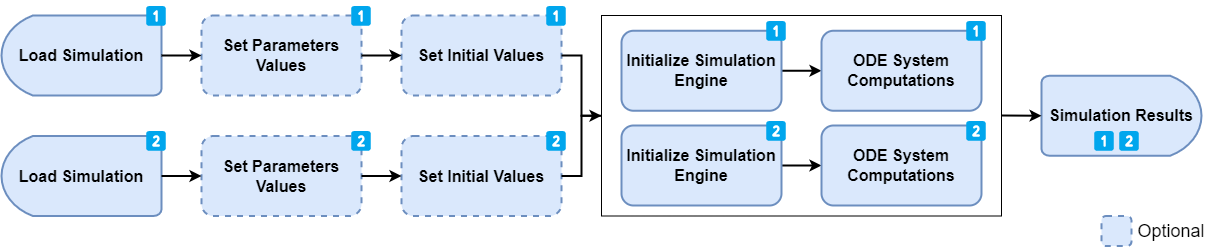
Above: vignettes/images/parallel_simulation.drawio.png in Open-Systems-Pharmacology/OSPSuite-R (draw.io), before the change. Source tidied: cells renumbered, new cells last; positions are measured from the earlier drawing's top-left corner, leaving out a move shared by most shapes.
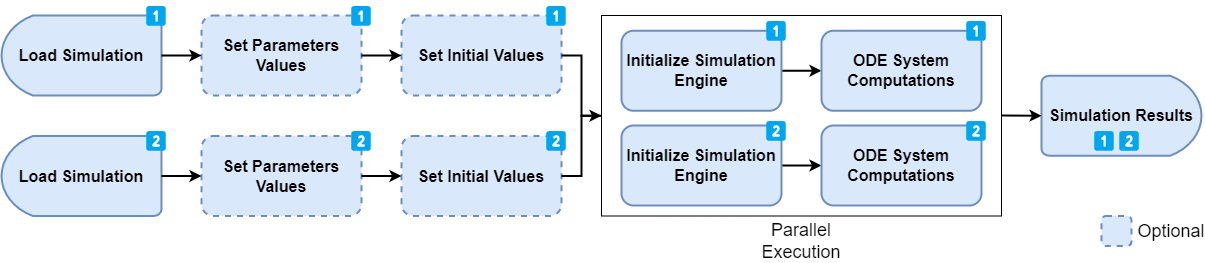
Later version of the same file.

Commit message:
Add "parallel execution" label + pkgdown::build_article("efficient-calculations") + Add image source file in buildignore

Diff of the diagram source:
```diff
@@ -109,5 +109,8 @@
     <mxCell id="36" value="&lt;font style=&quot;font-size: 20px;&quot;&gt;2️⃣&lt;/font&gt;" style="text;html=1;strokeColor=none;fillColor=none;align=center;verticalAlign=middle;whiteSpace=wrap;rounded=0;" parent="1" vertex="1">
       <mxGeometry x="1112.5" y="125" width="30" height="30" as="geometry" />
     </mxCell>
+    <mxCell id="37" value="Parallel Execution" style="text;html=1;strokeColor=none;fillColor=none;align=center;verticalAlign=middle;whiteSpace=wrap;rounded=0;fontSize=18;" parent="1" vertex="1">
+      <mxGeometry x="735" y="226" width="130" height="29" as="geometry" />
+    </mxCell>
   </root>
 </mxGraphModel>
```
